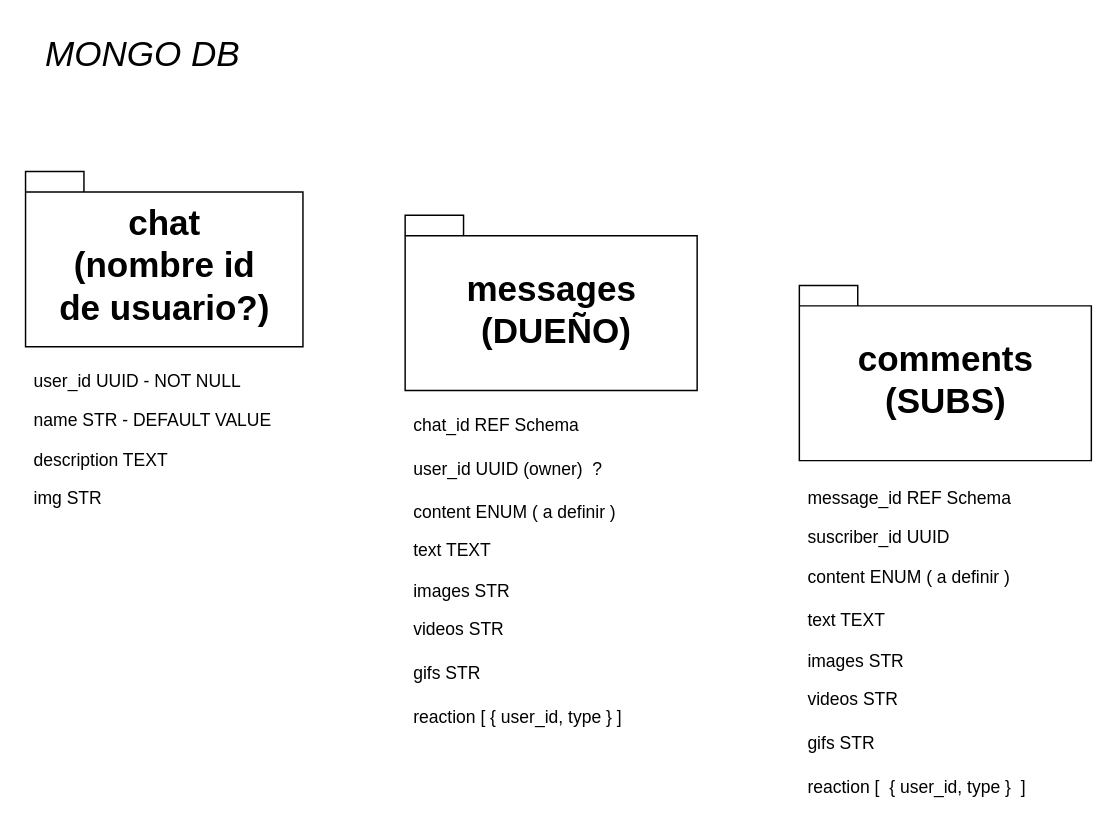
Before: api/src/diagrams/noRelational.drawio in No-Country/s12-08-ft-node-react, a draw.io diagram. Source tidied: cells renumbered, new cells numbered last; positions are measured from the earlier drawing's top-left corner, leaving out a move shared by most shapes. Both pictures are drawn from the tidied source at 146%, with x=0, y=0 at pixel (25, 25).
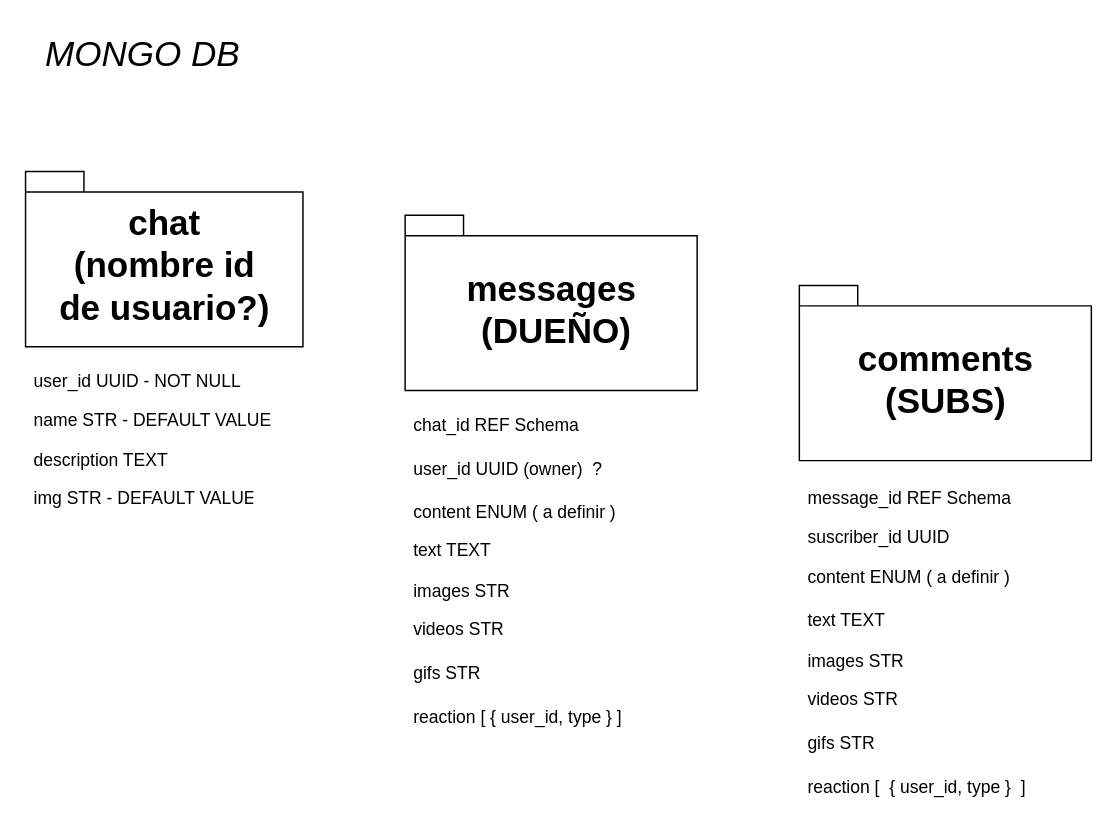
Above is the later version.

Diff of the diagram source:
```diff
@@
-    <mxCell id="22" value="img STR" style="text;strokeColor=none;fillColor=none;align=left;verticalAlign=top;spacingLeft=4;spacingRight=4;overflow=hidden;" parent="1" vertex="1">
+    <mxCell id="22" value="img STR - DEFAULT VALUE" style="text;strokeColor=none;fillColor=none;align=left;verticalAlign=top;spacingLeft=4;spacingRight=4;overflow=hidden;" parent="1" vertex="1">
       <mxGeometry y="310" width="160" height="26" as="geometry" />
     </mxCell>
```
